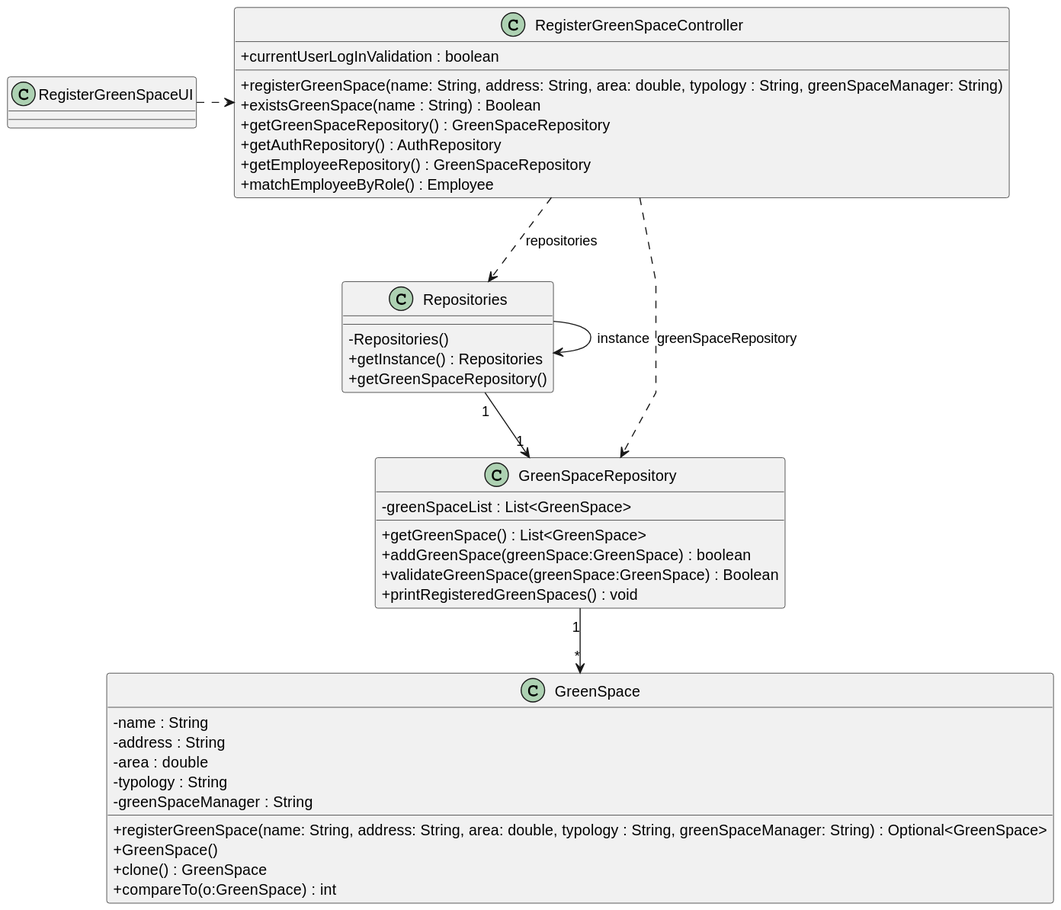
LopemigueISEP/lei-24-s2-1nb-g312 keeps this PlantUML diagram as docs/sprintC/US020/03.design/svg/us020-class-diagram.svg. Above is the earlier version. Source of this version:
```plantuml
@startuml
skinparam packageStyle rectangle
skinparam shadowing false
skinparam linetype polyline
skinparam classAttributeIconSize 0



class RegisterGreenSpaceUI {

}

class RegisterGreenSpaceController {

    + registerGreenSpace(name: String, address: String, area: double, typology : String, greenSpaceManager: String)
    + existsGreenSpace(name : String) : Boolean
    + getGreenSpaceRepository() : GreenSpaceRepository
    + getAuthRepository() : AuthRepository
    + getEmployeeRepository() : GreenSpaceRepository
    + currentUserLogInValidation : boolean
    + matchEmployeeByRole() : Employee

}

class Repositories {
     - Repositories()
     + getInstance() : Repositories
     + getGreenSpaceRepository()


}

class GreenSpaceRepository {
    -greenSpaceList : List<GreenSpace>
    +getGreenSpace() : List<GreenSpace>
    +addGreenSpace(greenSpace:GreenSpace) : boolean
    +validateGreenSpace(greenSpace:GreenSpace) : Boolean
    +printRegisteredGreenSpaces() : void
}



class GreenSpace {
        -name : String
        -address : String
        -area : double
        -typology : String
        - greenSpaceManager : String

    +registerGreenSpace(name: String, address: String, area: double, typology : String, greenSpaceManager: String) : Optional<GreenSpace>
    +GreenSpace()
    +clone() : GreenSpace
    +compareTo(o:GreenSpace) : int
}





RegisterGreenSpaceController ..> Repositories: repositories
RegisterGreenSpaceController ..> GreenSpaceRepository: greenSpaceRepository
GreenSpaceRepository "1" --> "*" GreenSpace
Repositories "1" --> "1" GreenSpaceRepository
RegisterGreenSpaceUI .> RegisterGreenSpaceController
Repositories -> Repositories : instance
@enduml
```
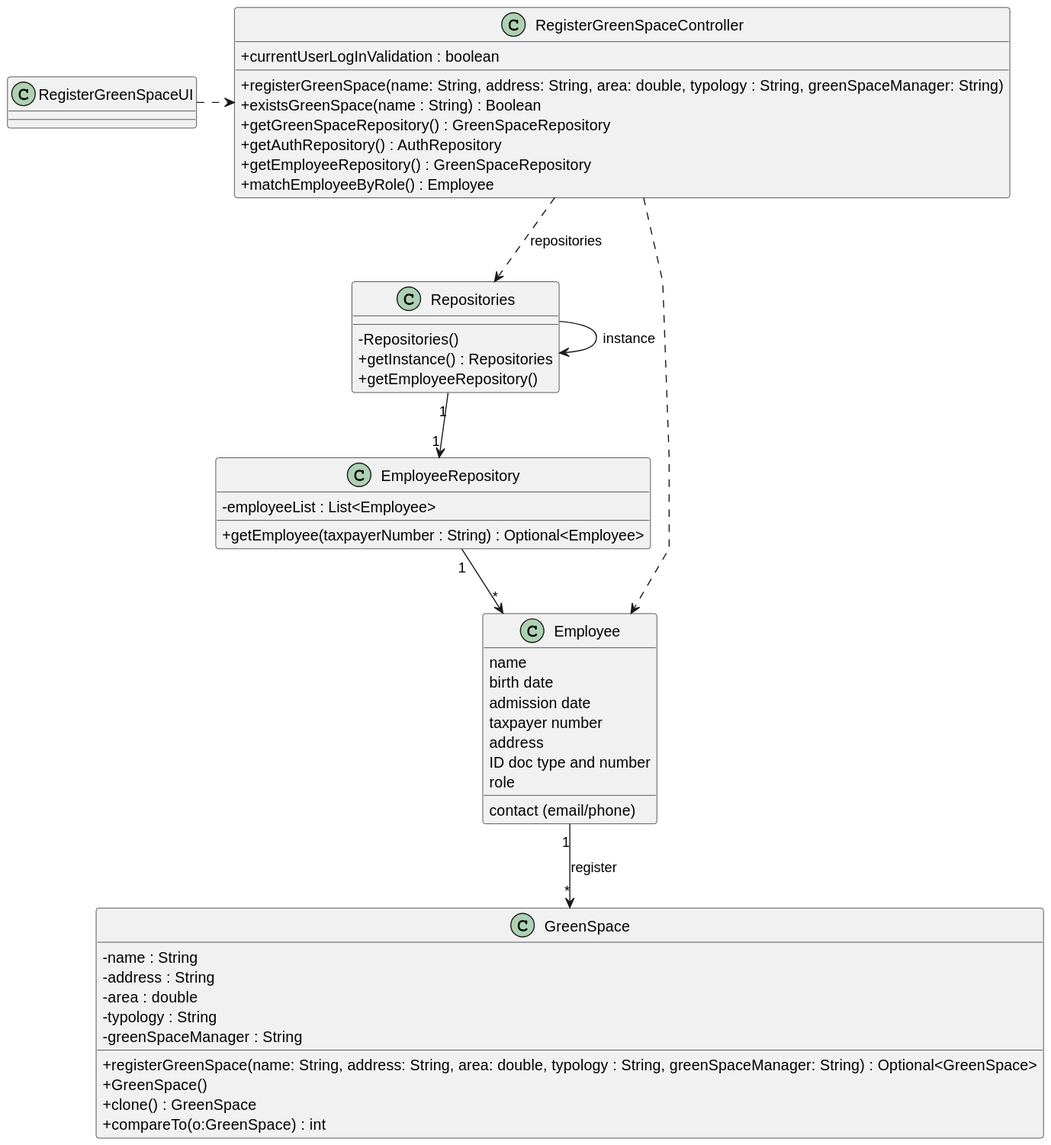
The same diagram one commit later.

Commit message:
#20 RegisterGreenSpace allocation method. US20 Class diagram

The edit, as a diff of the source:
```diff
@@ -25,17 +25,24 @@
 class Repositories {
      - Repositories()
      + getInstance() : Repositories
-     + getGreenSpaceRepository()
-
+     + getEmployeeRepository()
 
 }
 
-class GreenSpaceRepository {
-    -greenSpaceList : List<GreenSpace>
-    +getGreenSpace() : List<GreenSpace>
-    +addGreenSpace(greenSpace:GreenSpace) : boolean
-    +validateGreenSpace(greenSpace:GreenSpace) : Boolean
-    +printRegisteredGreenSpaces() : void
+class Employee {
+    name
+    birth date
+    contact (email/phone)
+    admission date
+    taxpayer number
+    address
+    ID doc type and number
+    role
+}
+
+class EmployeeRepository {
+    -employeeList : List<Employee>
+    +getEmployee(taxpayerNumber : String) : Optional<Employee>
 }
 
 
@@ -58,9 +65,10 @@
 
 
 RegisterGreenSpaceController ..> Repositories: repositories
-RegisterGreenSpaceController ..> GreenSpaceRepository: greenSpaceRepository
-GreenSpaceRepository "1" --> "*" GreenSpace
-Repositories "1" --> "1" GreenSpaceRepository
+RegisterGreenSpaceController ..> Employee
 RegisterGreenSpaceUI .> RegisterGreenSpaceController
 Repositories -> Repositories : instance
+EmployeeRepository "1" --> "*" Employee
+Employee "1" --> "*" GreenSpace : register
+Repositories "1" --> "1" EmployeeRepository
 @enduml
```
